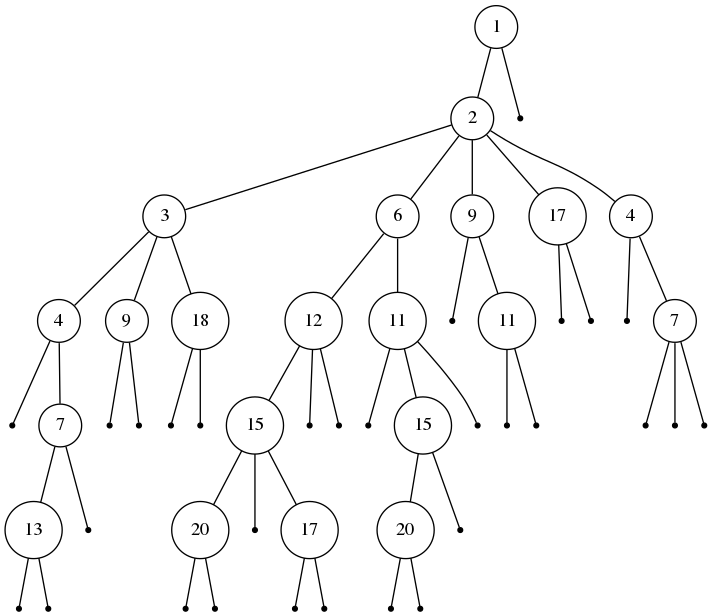
Above: tree/test9.png in Shaolans/Projet_AAGA (Graphviz), before the change. Its source is kept beside it as tree/test9.dot.
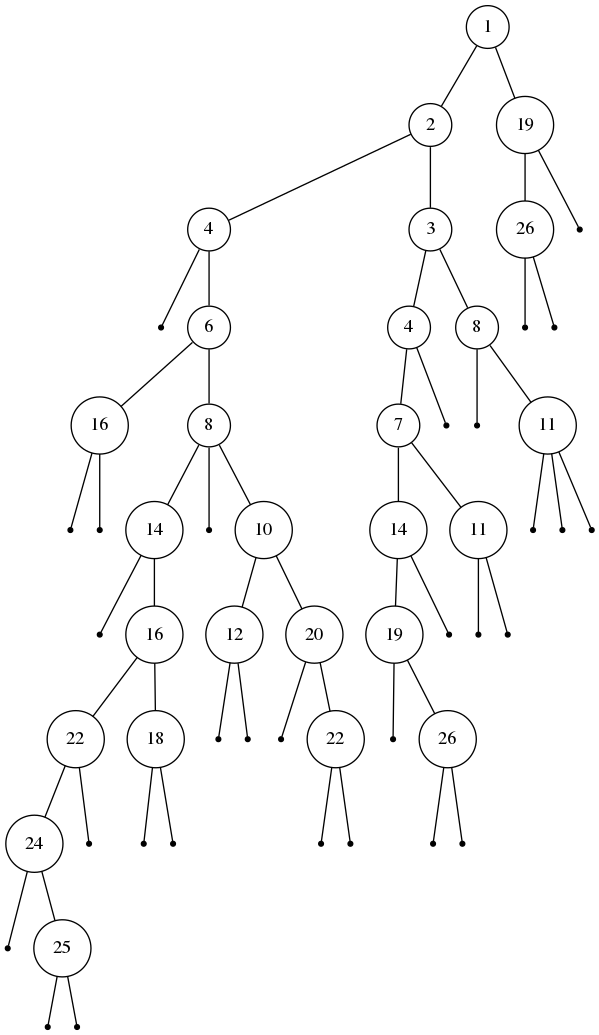
After the change.

The edit, as a diff of the source:
```diff
@@ -3,102 +3,110 @@
 treeimplementationSchroderTreeImpl7ea987ac [label="1", shape=circle, width=0.1];
 treeimplementationSchroderTreeImpl7ea987ac -> treeimplementationSchroderTreeImpl12a3a380;
 treeimplementationSchroderTreeImpl7ea987ac -> treeimplementationSchroderTreeImpl29453f44;
-treeimplementationSchroderTreeImpl7ea987ac -> treeimplementationSchroderTreeImpl5cad8086;
-treeimplementationSchroderTreeImpl12a3a380 [label="2", shape=circle, width=0.1];
+treeimplementationSchroderTreeImpl12a3a380 [label="8", shape=circle, width=0.1];
+treeimplementationSchroderTreeImpl12a3a380 -> treeimplementationSchroderTreeImpl5cad8086;
 treeimplementationSchroderTreeImpl12a3a380 -> treeimplementationSchroderTreeImpl6e0be858;
-treeimplementationSchroderTreeImpl12a3a380 -> treeimplementationSchroderTreeImpl61bbe9ba;
-treeimplementationSchroderTreeImpl6e0be858 [label="3", shape=circle, width=0.1];
-treeimplementationSchroderTreeImpl6e0be858 -> treeimplementationSchroderTreeImpl610455d6;
-treeimplementationSchroderTreeImpl6e0be858 -> treeimplementationSchroderTreeImpl511d50c0;
-treeimplementationSchroderTreeImpl610455d6 [label="", shape=point];
-treeimplementationSchroderTreeImpl511d50c0 [label="7", shape=circle, width=0.1];
-treeimplementationSchroderTreeImpl511d50c0 -> treeimplementationSchroderTreeImpl60e53b93;
-treeimplementationSchroderTreeImpl511d50c0 -> treeimplementationSchroderTreeImpl5e2de80c;
-treeimplementationSchroderTreeImpl60e53b93 [label="14", shape=circle, width=0.1];
-treeimplementationSchroderTreeImpl60e53b93 -> treeimplementationSchroderTreeImpl1d44bcfa;
-treeimplementationSchroderTreeImpl60e53b93 -> treeimplementationSchroderTreeImpl266474c2;
-treeimplementationSchroderTreeImpl60e53b93 -> treeimplementationSchroderTreeImpl6f94fa3e;
+treeimplementationSchroderTreeImpl5cad8086 [label="12", shape=circle, width=0.1];
+treeimplementationSchroderTreeImpl5cad8086 -> treeimplementationSchroderTreeImpl61bbe9ba;
+treeimplementationSchroderTreeImpl5cad8086 -> treeimplementationSchroderTreeImpl610455d6;
+treeimplementationSchroderTreeImpl5cad8086 -> treeimplementationSchroderTreeImpl511d50c0;
+treeimplementationSchroderTreeImpl61bbe9ba [label="17", shape=circle, width=0.1];
+treeimplementationSchroderTreeImpl61bbe9ba -> treeimplementationSchroderTreeImpl60e53b93;
+treeimplementationSchroderTreeImpl61bbe9ba -> treeimplementationSchroderTreeImpl5e2de80c;
+treeimplementationSchroderTreeImpl60e53b93 [label="", shape=point];
+treeimplementationSchroderTreeImpl5e2de80c [label="", shape=point];
+treeimplementationSchroderTreeImpl610455d6 [label="19", shape=circle, width=0.1];
+treeimplementationSchroderTreeImpl610455d6 -> treeimplementationSchroderTreeImpl1d44bcfa;
+treeimplementationSchroderTreeImpl610455d6 -> treeimplementationSchroderTreeImpl266474c2;
 treeimplementationSchroderTreeImpl1d44bcfa [label="", shape=point];
 treeimplementationSchroderTreeImpl266474c2 [label="", shape=point];
-treeimplementationSchroderTreeImpl6f94fa3e [label="", shape=point];
-treeimplementationSchroderTreeImpl5e2de80c [label="", shape=point];
-treeimplementationSchroderTreeImpl61bbe9ba [label="4", shape=circle, width=0.1];
-treeimplementationSchroderTreeImpl61bbe9ba -> treeimplementationSchroderTreeImpl5e481248;
-treeimplementationSchroderTreeImpl61bbe9ba -> treeimplementationSchroderTreeImpl66d3c617;
-treeimplementationSchroderTreeImpl5e481248 [label="6", shape=circle, width=0.1];
-treeimplementationSchroderTreeImpl5e481248 -> treeimplementationSchroderTreeImpl63947c6b;
-treeimplementationSchroderTreeImpl5e481248 -> treeimplementationSchroderTreeImpl2b193f2d;
-treeimplementationSchroderTreeImpl5e481248 -> treeimplementationSchroderTreeImpl355da254;
+treeimplementationSchroderTreeImpl511d50c0 [label="", shape=point];
+treeimplementationSchroderTreeImpl6e0be858 [label="14", shape=circle, width=0.1];
+treeimplementationSchroderTreeImpl6e0be858 -> treeimplementationSchroderTreeImpl6f94fa3e;
+treeimplementationSchroderTreeImpl6e0be858 -> treeimplementationSchroderTreeImpl5e481248;
+treeimplementationSchroderTreeImpl6e0be858 -> treeimplementationSchroderTreeImpl66d3c617;
+treeimplementationSchroderTreeImpl6e0be858 -> treeimplementationSchroderTreeImpl63947c6b;
+treeimplementationSchroderTreeImpl6f94fa3e [label="23", shape=circle, width=0.1];
+treeimplementationSchroderTreeImpl6f94fa3e -> treeimplementationSchroderTreeImpl2b193f2d;
+treeimplementationSchroderTreeImpl6f94fa3e -> treeimplementationSchroderTreeImpl355da254;
+treeimplementationSchroderTreeImpl2b193f2d [label="", shape=point];
+treeimplementationSchroderTreeImpl355da254 [label="", shape=point];
+treeimplementationSchroderTreeImpl5e481248 [label="15", shape=circle, width=0.1];
 treeimplementationSchroderTreeImpl5e481248 -> treeimplementationSchroderTreeImpl4dc63996;
 treeimplementationSchroderTreeImpl5e481248 -> treeimplementationSchroderTreeImpld716361;
-treeimplementationSchroderTreeImpl63947c6b [label="", shape=point];
-treeimplementationSchroderTreeImpl2b193f2d [label="19", shape=circle, width=0.1];
-treeimplementationSchroderTreeImpl2b193f2d -> treeimplementationSchroderTreeImpl6ff3c5b5;
-treeimplementationSchroderTreeImpl2b193f2d -> treeimplementationSchroderTreeImpl3764951d;
+treeimplementationSchroderTreeImpl4dc63996 [label="", shape=point];
+treeimplementationSchroderTreeImpld716361 [label="", shape=point];
+treeimplementationSchroderTreeImpl66d3c617 [label="15", shape=circle, width=0.1];
+treeimplementationSchroderTreeImpl66d3c617 -> treeimplementationSchroderTreeImpl6ff3c5b5;
+treeimplementationSchroderTreeImpl66d3c617 -> treeimplementationSchroderTreeImpl3764951d;
 treeimplementationSchroderTreeImpl6ff3c5b5 [label="", shape=point];
 treeimplementationSchroderTreeImpl3764951d [label="", shape=point];
-treeimplementationSchroderTreeImpl355da254 [label="", shape=point];
-treeimplementationSchroderTreeImpl4dc63996 [label="9", shape=circle, width=0.1];
-treeimplementationSchroderTreeImpl4dc63996 -> treeimplementationSchroderTreeImpl4b1210ee;
-treeimplementationSchroderTreeImpl4dc63996 -> treeimplementationSchroderTreeImpl4d7e1886;
-treeimplementationSchroderTreeImpl4b1210ee [label="16", shape=circle, width=0.1];
+treeimplementationSchroderTreeImpl63947c6b [label="", shape=point];
+treeimplementationSchroderTreeImpl29453f44 [label="2", shape=circle, width=0.1];
+treeimplementationSchroderTreeImpl29453f44 -> treeimplementationSchroderTreeImpl4b1210ee;
+treeimplementationSchroderTreeImpl29453f44 -> treeimplementationSchroderTreeImpl4d7e1886;
+treeimplementationSchroderTreeImpl4b1210ee [label="3", shape=circle, width=0.1];
 treeimplementationSchroderTreeImpl4b1210ee -> treeimplementationSchroderTreeImpl3cd1a2f1;
 treeimplementationSchroderTreeImpl4b1210ee -> treeimplementationSchroderTreeImpl2f0e140b;
-treeimplementationSchroderTreeImpl3cd1a2f1 [label="", shape=point];
-treeimplementationSchroderTreeImpl2f0e140b [label="", shape=point];
-treeimplementationSchroderTreeImpl4d7e1886 [label="", shape=point];
-treeimplementationSchroderTreeImpld716361 [label="", shape=point];
-treeimplementationSchroderTreeImpl66d3c617 [label="5", shape=circle, width=0.1];
-treeimplementationSchroderTreeImpl66d3c617 -> treeimplementationSchroderTreeImpl7440e464;
-treeimplementationSchroderTreeImpl66d3c617 -> treeimplementationSchroderTreeImpl49476842;
-treeimplementationSchroderTreeImpl66d3c617 -> treeimplementationSchroderTreeImpl78308db1;
-treeimplementationSchroderTreeImpl7440e464 [label="21", shape=circle, width=0.1];
-treeimplementationSchroderTreeImpl7440e464 -> treeimplementationSchroderTreeImpl27c170f0;
-treeimplementationSchroderTreeImpl7440e464 -> treeimplementationSchroderTreeImpl5451c3a8;
+treeimplementationSchroderTreeImpl3cd1a2f1 [label="5", shape=circle, width=0.1];
+treeimplementationSchroderTreeImpl3cd1a2f1 -> treeimplementationSchroderTreeImpl7440e464;
+treeimplementationSchroderTreeImpl3cd1a2f1 -> treeimplementationSchroderTreeImpl49476842;
+treeimplementationSchroderTreeImpl7440e464 [label="", shape=point];
+treeimplementationSchroderTreeImpl49476842 [label="", shape=point];
+treeimplementationSchroderTreeImpl2f0e140b [label="21", shape=circle, width=0.1];
+treeimplementationSchroderTreeImpl2f0e140b -> treeimplementationSchroderTreeImpl78308db1;
+treeimplementationSchroderTreeImpl2f0e140b -> treeimplementationSchroderTreeImpl27c170f0;
+treeimplementationSchroderTreeImpl78308db1 [label="23", shape=circle, width=0.1];
+treeimplementationSchroderTreeImpl78308db1 -> treeimplementationSchroderTreeImpl5451c3a8;
+treeimplementationSchroderTreeImpl78308db1 -> treeimplementationSchroderTreeImpl2626b418;
+treeimplementationSchroderTreeImpl5451c3a8 [label="", shape=point];
+treeimplementationSchroderTreeImpl2626b418 [label="25", shape=circle, width=0.1];
+treeimplementationSchroderTreeImpl2626b418 -> treeimplementationSchroderTreeImpl5a07e868;
+treeimplementationSchroderTreeImpl2626b418 -> treeimplementationSchroderTreeImpl76ed5528;
+treeimplementationSchroderTreeImpl5a07e868 [label="", shape=point];
+treeimplementationSchroderTreeImpl76ed5528 [label="", shape=point];
 treeimplementationSchroderTreeImpl27c170f0 [label="", shape=point];
-treeimplementationSchroderTreeImpl5451c3a8 [label="", shape=point];
-treeimplementationSchroderTreeImpl49476842 [label="17", shape=circle, width=0.1];
-treeimplementationSchroderTreeImpl49476842 -> treeimplementationSchroderTreeImpl2626b418;
-treeimplementationSchroderTreeImpl49476842 -> treeimplementationSchroderTreeImpl5a07e868;
-treeimplementationSchroderTreeImpl2626b418 [label="", shape=point];
-treeimplementationSchroderTreeImpl5a07e868 [label="", shape=point];
-treeimplementationSchroderTreeImpl78308db1 [label="10", shape=circle, width=0.1];
-treeimplementationSchroderTreeImpl78308db1 -> treeimplementationSchroderTreeImpl76ed5528;
-treeimplementationSchroderTreeImpl78308db1 -> treeimplementationSchroderTreeImpl2c7b84de;
-treeimplementationSchroderTreeImpl76ed5528 [label="11", shape=circle, width=0.1];
-treeimplementationSchroderTreeImpl76ed5528 -> treeimplementationSchroderTreeImpl3fee733d;
-treeimplementationSchroderTreeImpl76ed5528 -> treeimplementationSchroderTreeImpl5acf9800;
-treeimplementationSchroderTreeImpl3fee733d [label="18", shape=circle, width=0.1];
+treeimplementationSchroderTreeImpl4d7e1886 [label="4", shape=circle, width=0.1];
+treeimplementationSchroderTreeImpl4d7e1886 -> treeimplementationSchroderTreeImpl2c7b84de;
+treeimplementationSchroderTreeImpl4d7e1886 -> treeimplementationSchroderTreeImpl3fee733d;
+treeimplementationSchroderTreeImpl2c7b84de [label="", shape=point];
+treeimplementationSchroderTreeImpl3fee733d [label="5", shape=circle, width=0.1];
+treeimplementationSchroderTreeImpl3fee733d -> treeimplementationSchroderTreeImpl5acf9800;
 treeimplementationSchroderTreeImpl3fee733d -> treeimplementationSchroderTreeImpl4617c264;
 treeimplementationSchroderTreeImpl3fee733d -> treeimplementationSchroderTreeImpl36baf30c;
-treeimplementationSchroderTreeImpl4617c264 [label="", shape=point];
-treeimplementationSchroderTreeImpl36baf30c [label="", shape=point];
 treeimplementationSchroderTreeImpl5acf9800 [label="", shape=point];
-treeimplementationSchroderTreeImpl2c7b84de [label="", shape=point];
-treeimplementationSchroderTreeImpl29453f44 [label="5", shape=circle, width=0.1];
-treeimplementationSchroderTreeImpl29453f44 -> treeimplementationSchroderTreeImpl7a81197d;
-treeimplementationSchroderTreeImpl29453f44 -> treeimplementationSchroderTreeImpl5ca881b5;
-treeimplementationSchroderTreeImpl29453f44 -> treeimplementationSchroderTreeImpl24d46ca6;
-treeimplementationSchroderTreeImpl29453f44 -> treeimplementationSchroderTreeImpl4517d9a3;
-treeimplementationSchroderTreeImpl7a81197d [label="12", shape=circle, width=0.1];
-treeimplementationSchroderTreeImpl7a81197d -> treeimplementationSchroderTreeImpl372f7a8d;
-treeimplementationSchroderTreeImpl7a81197d -> treeimplementationSchroderTreeImpl2f92e0f4;
-treeimplementationSchroderTreeImpl372f7a8d [label="13", shape=circle, width=0.1];
-treeimplementationSchroderTreeImpl372f7a8d -> treeimplementationSchroderTreeImpl28a418fc;
-treeimplementationSchroderTreeImpl372f7a8d -> treeimplementationSchroderTreeImpl5305068a;
-treeimplementationSchroderTreeImpl28a418fc [label="", shape=point];
-treeimplementationSchroderTreeImpl5305068a [label="", shape=point];
-treeimplementationSchroderTreeImpl2f92e0f4 [label="18", shape=circle, width=0.1];
-treeimplementationSchroderTreeImpl2f92e0f4 -> treeimplementationSchroderTreeImpl1f32e575;
-treeimplementationSchroderTreeImpl2f92e0f4 -> treeimplementationSchroderTreeImpl279f2327;
-treeimplementationSchroderTreeImpl1f32e575 [label="", shape=point];
-treeimplementationSchroderTreeImpl279f2327 [label="", shape=point];
-treeimplementationSchroderTreeImpl5ca881b5 [label="", shape=point];
-treeimplementationSchroderTreeImpl24d46ca6 [label="", shape=point];
-treeimplementationSchroderTreeImpl4517d9a3 [label="14", shape=circle, width=0.1];
-treeimplementationSchroderTreeImpl4517d9a3 -> treeimplementationSchroderTreeImpl2ff4acd0;
-treeimplementationSchroderTreeImpl4517d9a3 -> treeimplementationSchroderTreeImpl54bedef2;
+treeimplementationSchroderTreeImpl4617c264 [label="7", shape=circle, width=0.1];
+treeimplementationSchroderTreeImpl4617c264 -> treeimplementationSchroderTreeImpl7a81197d;
+treeimplementationSchroderTreeImpl4617c264 -> treeimplementationSchroderTreeImpl5ca881b5;
+treeimplementationSchroderTreeImpl7a81197d [label="", shape=point];
+treeimplementationSchroderTreeImpl5ca881b5 [label="8", shape=circle, width=0.1];
+treeimplementationSchroderTreeImpl5ca881b5 -> treeimplementationSchroderTreeImpl24d46ca6;
+treeimplementationSchroderTreeImpl5ca881b5 -> treeimplementationSchroderTreeImpl4517d9a3;
+treeimplementationSchroderTreeImpl24d46ca6 [label="10", shape=circle, width=0.1];
+treeimplementationSchroderTreeImpl24d46ca6 -> treeimplementationSchroderTreeImpl372f7a8d;
+treeimplementationSchroderTreeImpl24d46ca6 -> treeimplementationSchroderTreeImpl2f92e0f4;
+treeimplementationSchroderTreeImpl372f7a8d [label="", shape=point];
+treeimplementationSchroderTreeImpl2f92e0f4 [label="", shape=point];
+treeimplementationSchroderTreeImpl4517d9a3 [label="", shape=point];
+treeimplementationSchroderTreeImpl36baf30c [label="11", shape=circle, width=0.1];
+treeimplementationSchroderTreeImpl36baf30c -> treeimplementationSchroderTreeImpl28a418fc;
+treeimplementationSchroderTreeImpl36baf30c -> treeimplementationSchroderTreeImpl5305068a;
+treeimplementationSchroderTreeImpl28a418fc [label="17", shape=circle, width=0.1];
+treeimplementationSchroderTreeImpl28a418fc -> treeimplementationSchroderTreeImpl1f32e575;
+treeimplementationSchroderTreeImpl28a418fc -> treeimplementationSchroderTreeImpl279f2327;
+treeimplementationSchroderTreeImpl1f32e575 [label="19", shape=circle, width=0.1];
+treeimplementationSchroderTreeImpl1f32e575 -> treeimplementationSchroderTreeImpl2ff4acd0;
+treeimplementationSchroderTreeImpl1f32e575 -> treeimplementationSchroderTreeImpl54bedef2;
 treeimplementationSchroderTreeImpl2ff4acd0 [label="", shape=point];
 treeimplementationSchroderTreeImpl54bedef2 [label="", shape=point];
-treeimplementationSchroderTreeImpl5cad8086 [label="", shape=point];
+treeimplementationSchroderTreeImpl279f2327 [label="", shape=point];
+treeimplementationSchroderTreeImpl5305068a [label="12", shape=circle, width=0.1];
+treeimplementationSchroderTreeImpl5305068a -> treeimplementationSchroderTreeImpl5caf905d;
+treeimplementationSchroderTreeImpl5305068a -> treeimplementationSchroderTreeImpl27716f4;
+treeimplementationSchroderTreeImpl5caf905d [label="", shape=point];
+treeimplementationSchroderTreeImpl27716f4 [label="21", shape=circle, width=0.1];
+treeimplementationSchroderTreeImpl27716f4 -> treeimplementationSchroderTreeImpl8efb846;
+treeimplementationSchroderTreeImpl27716f4 -> treeimplementationSchroderTreeImpl2a84aee7;
+treeimplementationSchroderTreeImpl8efb846 [label="", shape=point];
+treeimplementationSchroderTreeImpl2a84aee7 [label="", shape=point];
 }
```
